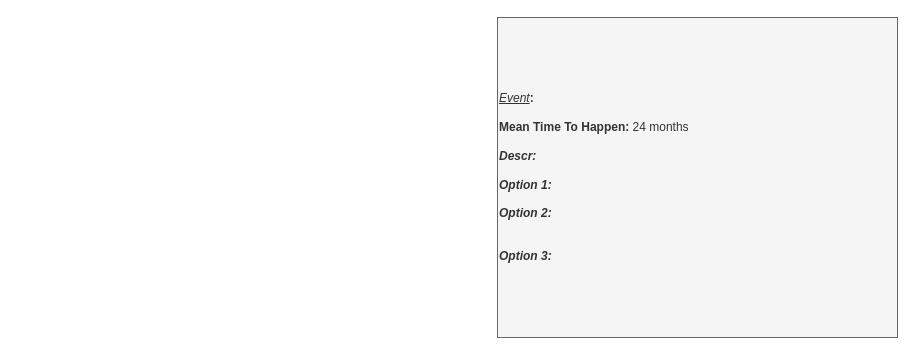
The draw.io diagram page "Events" (2 of 2) of Genoa/It's Pesto Time 0.2.drawio in Melvasul/Missions-Expanded, before the edit. Source tidied: cells renumbered, new cells numbered last; positions are measured from the earlier drawing's top-left corner, leaving out a move shared by most shapes. Both pictures are drawn from the tidied source at 100%, with x=0, y=0 at pixel (497, 17).
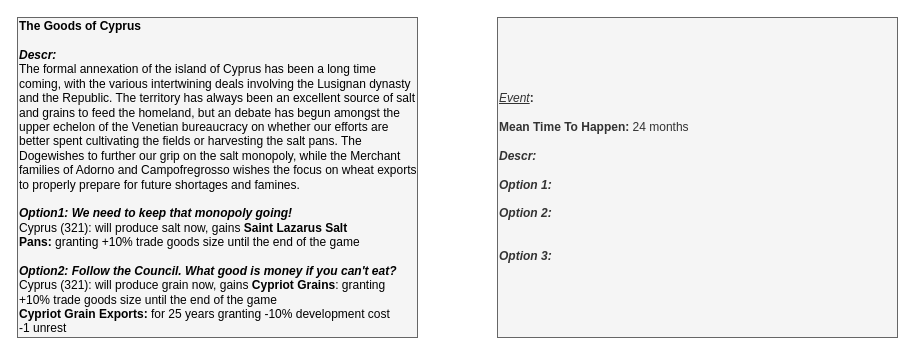
After the change.

What changed in the source:
```diff
@@
 <mxGraphModel>
   <root>
     <mxCell id="0" />
     <mxCell id="1" parent="0" />
     <mxCell id="2" value="&lt;div style=&quot;font-size: 12px&quot;&gt;&lt;i&gt;&lt;u&gt;Event&lt;/u&gt;&lt;/i&gt;&lt;b&gt;:&amp;nbsp;&lt;/b&gt;&lt;/div&gt;&lt;div style=&quot;font-size: 12px&quot;&gt;&lt;b&gt;&lt;br&gt;&lt;/b&gt;&lt;/div&gt;&lt;div style=&quot;font-size: 12px&quot;&gt;&lt;b&gt;Mean Time To Happen: &lt;/b&gt;24 months&lt;/div&gt;&lt;div style=&quot;font-size: 12px&quot;&gt;&lt;b&gt;&lt;br&gt;&lt;/b&gt;&lt;/div&gt;&lt;div&gt;&lt;font&gt;&lt;div style=&quot;font-size: 12px&quot;&gt;&lt;b style=&quot;font-size: 12px&quot;&gt;&lt;i style=&quot;font-size: 12px&quot;&gt;Descr:&lt;/i&gt;&lt;/b&gt;&lt;/div&gt;&lt;/font&gt;&lt;/div&gt;&lt;div&gt;&lt;br&gt;&lt;/div&gt;&lt;div style=&quot;font-size: 12px&quot;&gt;&lt;/div&gt;&lt;font&gt;&lt;b style=&quot;font-size: 12px ; font-style: italic&quot;&gt;Option 1:&lt;/b&gt;&lt;span style=&quot;font-size: 12px ; font-style: italic&quot;&gt; &lt;/span&gt;&lt;br&gt;&lt;br&gt;&lt;span style=&quot;font-size: 12px&quot;&gt;&lt;i&gt;&lt;b&gt;Option 2:&lt;/b&gt;&amp;nbsp;&lt;/i&gt;&lt;/span&gt;&lt;br&gt;&lt;div&gt;&lt;br&gt;&lt;/div&gt;&lt;div&gt;&lt;br&gt;&lt;/div&gt;&lt;div&gt;&lt;i style=&quot;font-weight: bold&quot;&gt;Option 3:&amp;nbsp;&lt;/i&gt;&lt;/div&gt;&lt;/font&gt;" style="rounded=0;whiteSpace=wrap;html=1;align=left;fontSize=12;fillColor=#f5f5f5;strokeColor=#666666;fontColor=#333333;" parent="1" vertex="1">
       <mxGeometry width="400" height="320" as="geometry" />
     </mxCell>
+    <mxCell id="3" value="&lt;div&gt;&lt;font color=&quot;#000000&quot;&gt;&lt;b&gt;The Goods of Cyprus&lt;/b&gt;&lt;br&gt;&lt;/font&gt;&lt;/div&gt;&lt;div&gt;&lt;b&gt;&lt;font color=&quot;#000000&quot;&gt;&lt;br&gt;&lt;/font&gt;&lt;/b&gt;&lt;/div&gt;&lt;div&gt;&lt;font color=&quot;#000000&quot;&gt;&lt;b&gt;&lt;i&gt;Descr:&lt;/i&gt;&lt;/b&gt;&amp;nbsp;&lt;/font&gt;&lt;/div&gt;&lt;div&gt;&lt;font color=&quot;#000000&quot;&gt;The formal annexation of the island of Cyprus has been a long time coming, with the various intertwining deals involving the Lusignan dynasty and the Republic. The territory has always been an excellent source of salt and grains to feed the homeland, but an debate has begun amongst the upper echelon of the Venetian bureaucracy on whether our efforts are better spent cultivating the fields or harvesting the salt pans. The Dogewishes to further our grip on the salt monopoly, while the Merchant families of Adorno and Campofregrosso wishes the focus on wheat exports to properly prepare for future shortages and famines.&lt;/font&gt;&lt;/div&gt;&lt;div style=&quot;font-size: 12px&quot;&gt;&lt;span style=&quot;font-size: 12px&quot;&gt;&lt;font color=&quot;#000000&quot;&gt;&lt;br style=&quot;font-size: 12px&quot;&gt;&lt;/font&gt;&lt;/span&gt;&lt;/div&gt;&lt;div style=&quot;font-size: 12px&quot;&gt;&lt;font color=&quot;#000000&quot;&gt;&lt;b&gt;&lt;i&gt;Option1:&amp;nbsp;&lt;/i&gt;&lt;/b&gt;&lt;i&gt;&lt;b&gt;We need to keep that monopoly going!&lt;/b&gt;&lt;/i&gt;&lt;/font&gt;&lt;/div&gt;&lt;div style=&quot;font-size: 12px&quot;&gt;&lt;font color=&quot;#000000&quot;&gt;&lt;span&gt;Cyprus (321): will produce salt now,&amp;nbsp;&lt;/span&gt;&lt;span&gt;gains&amp;nbsp;&lt;/span&gt;&lt;b&gt;Saint Lazarus Salt Pans&lt;/b&gt;&lt;b&gt;:&lt;/b&gt;&lt;span&gt;&amp;nbsp;granting&amp;nbsp;+10% trade goods size until the end of the game&lt;/span&gt;&lt;/font&gt;&lt;/div&gt;&lt;div style=&quot;font-size: 12px&quot;&gt;&lt;font color=&quot;#000000&quot;&gt;&lt;br&gt;&lt;/font&gt;&lt;/div&gt;&lt;div style=&quot;font-size: 12px&quot;&gt;&lt;font color=&quot;#000000&quot;&gt;&lt;b&gt;&lt;i&gt;Option2:&amp;nbsp;&lt;/i&gt;&lt;/b&gt;&lt;span&gt;&lt;b&gt;&lt;i&gt;Follow the Council. What good is money if you can't eat?&lt;/i&gt;&lt;/b&gt;&lt;/span&gt;&lt;/font&gt;&lt;/div&gt;&lt;div&gt;&lt;div style=&quot;font-size: 12px&quot;&gt;&lt;font color=&quot;#000000&quot;&gt;Cyprus (321): will produce grain now,&amp;nbsp;&lt;span&gt;gains &lt;/span&gt;&lt;b&gt;Cypriot Grains&lt;/b&gt;&lt;span&gt;: granting +10% trade goods size until the end of the game&lt;/span&gt;&lt;/font&gt;&lt;/div&gt;&lt;div&gt;&lt;font color=&quot;#000000&quot;&gt;&lt;b&gt;Cypriot Grain Exports:&lt;/b&gt;&amp;nbsp;for 25 years granting -10% development cost&lt;br&gt;&lt;/font&gt;&lt;/div&gt;&lt;div&gt;&lt;font color=&quot;#000000&quot;&gt;-1 unrest&lt;/font&gt;&lt;/div&gt;&lt;/div&gt;" style="rounded=0;whiteSpace=wrap;html=1;fillColor=#f5f5f5;strokeColor=#666666;fontSize=12;align=left;fontColor=#333333;" parent="1" vertex="1">
+      <mxGeometry x="-480" width="400" height="320" as="geometry" />
+    </mxCell>
   </root>
 </mxGraphModel>
```
